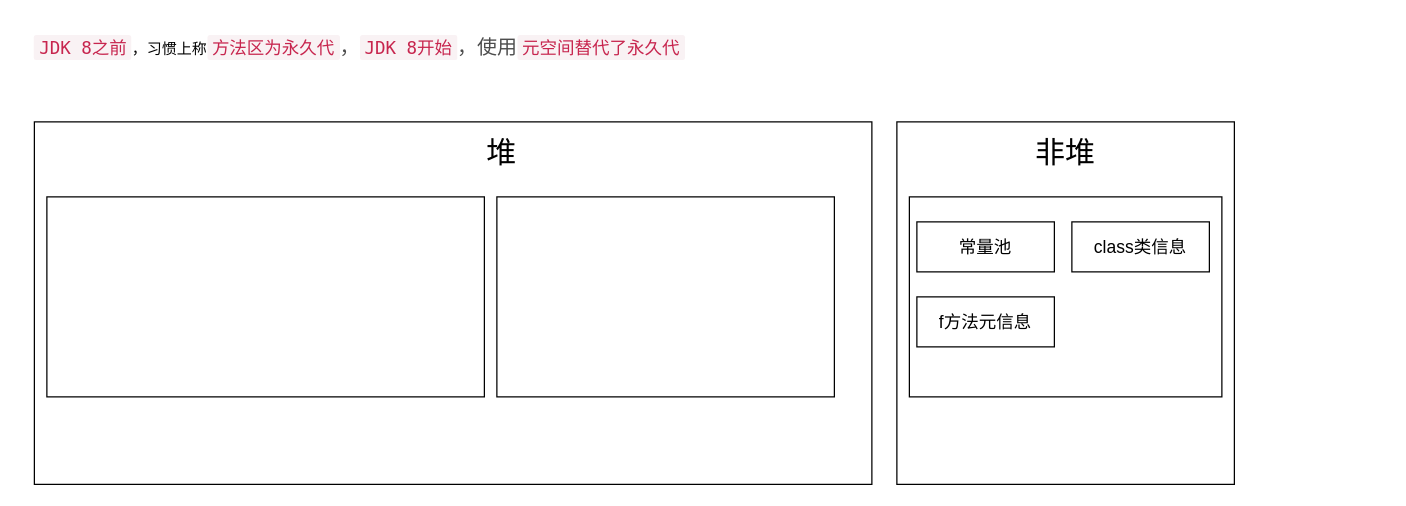
Above: diagram/JVM分代.drawio in DogerRain/image (draw.io), before the change. Source tidied: cells renumbered, new cells numbered last; positions are measured from the earlier drawing's top-left corner, leaving out a move shared by most shapes. Both pictures are drawn from the tidied source at 125%, with x=0, y=0 at pixel (21, 21).
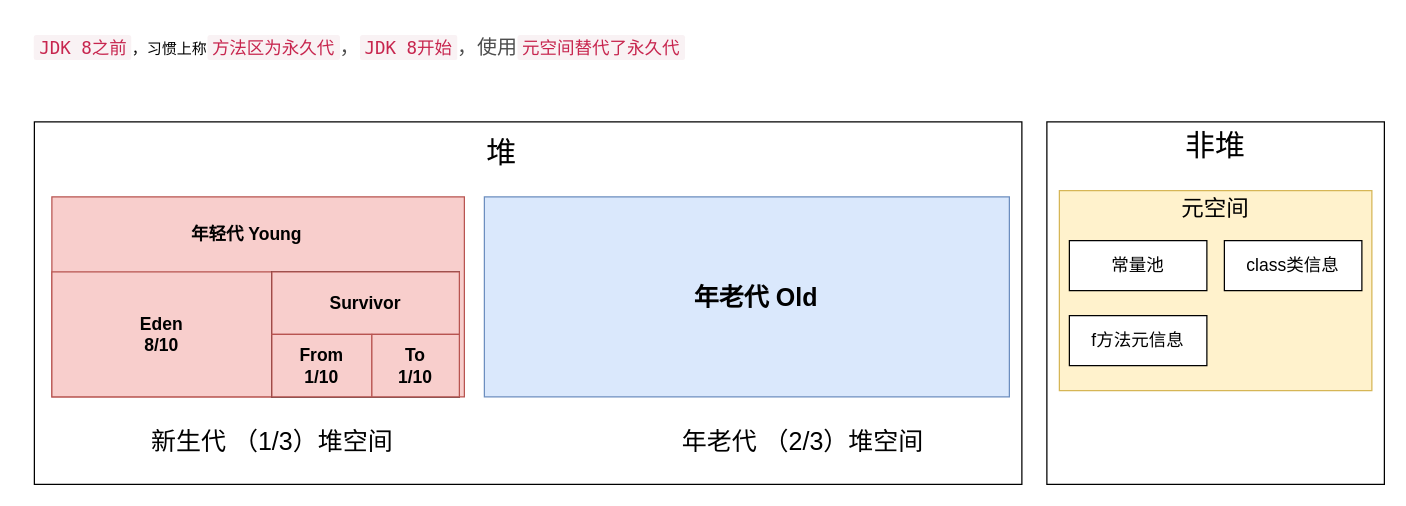
Above is the later version.

What changed in the source:
```diff
@@
     <mxCell id="2" style="rounded=0;whiteSpace=wrap;html=1;" parent="1" vertex="1">
-      <mxGeometry x="10" y="80" width="670" height="290" as="geometry" />
+      <mxGeometry x="10" y="80" width="790" height="290" as="geometry" />
     </mxCell>
-    <mxCell id="3" style="rounded=0;whiteSpace=wrap;html=1;" parent="1" vertex="1">
-      <mxGeometry x="20" y="140" width="350" height="160" as="geometry" />
+    <mxCell id="3" style="rounded=0;whiteSpace=wrap;html=1;fontSize=14;fontStyle=1;fillColor=#f8cecc;strokeColor=#b85450;" parent="1" vertex="1">
+      <mxGeometry x="24" y="140" width="330" height="160" as="geometry" />
     </mxCell>
-    <mxCell id="4" style="rounded=0;whiteSpace=wrap;html=1;" parent="1" vertex="1">
-      <mxGeometry x="380" y="140" width="270" height="160" as="geometry" />
+    <mxCell id="4" style="rounded=0;whiteSpace=wrap;html=1;fillColor=#dae8fc;strokeColor=#6c8ebf;" parent="1" vertex="1">
+      <mxGeometry x="370" y="140" width="420" height="160" as="geometry" />
     </mxCell>
@@
     <mxCell id="6" style="rounded=0;whiteSpace=wrap;html=1;" parent="1" vertex="1">
-      <mxGeometry x="700" y="80" width="270" height="290" as="geometry" />
+      <mxGeometry x="820" y="80" width="270" height="290" as="geometry" />
     </mxCell>
-    <mxCell id="7" style="rounded=0;whiteSpace=wrap;html=1;" parent="1" vertex="1">
-      <mxGeometry x="710" y="140" width="250" height="160" as="geometry" />
+    <mxCell id="7" style="rounded=0;whiteSpace=wrap;html=1;fillColor=#fff2cc;strokeColor=#d6b656;" parent="1" vertex="1">
+      <mxGeometry x="830" y="135" width="250" height="160" as="geometry" />
     </mxCell>
     <mxCell id="8" value="&lt;font style=&quot;font-size: 24px;&quot;&gt;非堆&lt;/font&gt;" style="text;html=1;strokeColor=none;fillColor=none;align=center;verticalAlign=middle;whiteSpace=wrap;rounded=0;" parent="1" vertex="1">
-      <mxGeometry x="805" y="90" width="60" height="30" as="geometry" />
+      <mxGeometry x="925" y="85" width="60" height="30" as="geometry" />
     </mxCell>
@@
     <mxCell id="10" value="常量池" style="rounded=0;whiteSpace=wrap;html=1;fontSize=14;" parent="1" vertex="1">
-      <mxGeometry x="716" y="160" width="110" height="40" as="geometry" />
+      <mxGeometry x="838" y="175" width="110" height="40" as="geometry" />
     </mxCell>
     <mxCell id="11" value="f方法元信息" style="rounded=0;whiteSpace=wrap;html=1;fontSize=14;" parent="1" vertex="1">
-      <mxGeometry x="716" y="220" width="110" height="40" as="geometry" />
+      <mxGeometry x="838" y="235" width="110" height="40" as="geometry" />
     </mxCell>
     <mxCell id="12" value="class类信息" style="rounded=0;whiteSpace=wrap;html=1;fontSize=14;" parent="1" vertex="1">
-      <mxGeometry x="840" y="160" width="110" height="40" as="geometry" />
+      <mxGeometry x="962" y="175" width="110" height="40" as="geometry" />
     </mxCell>
+    <mxCell id="13" value="年轻代 Young" style="text;html=1;strokeColor=none;fillColor=none;align=center;verticalAlign=middle;whiteSpace=wrap;rounded=0;fontSize=14;fontStyle=1;" parent="1" vertex="1">
+      <mxGeometry x="100" y="150" width="160" height="40" as="geometry" />
+    </mxCell>
+    <mxCell id="14" value="年老代 Old" style="text;html=1;strokeColor=none;fillColor=none;align=center;verticalAlign=middle;whiteSpace=wrap;rounded=0;fontSize=20;fontStyle=1;" parent="1" vertex="1">
+      <mxGeometry x="490" y="190" width="195" height="60" as="geometry" />
+    </mxCell>
+    <mxCell id="15" value="Eden&lt;br style=&quot;font-size: 14px;&quot;&gt;8/10" style="rounded=0;whiteSpace=wrap;html=1;fontSize=14;fontStyle=1;fillColor=#f8cecc;strokeColor=#b85450;" parent="1" vertex="1">
+      <mxGeometry x="24" y="200" width="176" height="100" as="geometry" />
+    </mxCell>
+    <mxCell id="16" style="rounded=0;whiteSpace=wrap;html=1;fontSize=14;fontStyle=1;" parent="1" vertex="1">
+      <mxGeometry x="200" y="200" width="150" height="100" as="geometry" />
+    </mxCell>
+    <mxCell id="17" value="Survivor" style="rounded=0;whiteSpace=wrap;html=1;fontSize=14;fontStyle=1;fillColor=#f8cecc;strokeColor=#b85450;" parent="1" vertex="1">
+      <mxGeometry x="200" y="200" width="150" height="50" as="geometry" />
+    </mxCell>
+    <mxCell id="18" value="From&lt;br style=&quot;font-size: 14px;&quot;&gt;1/10" style="rounded=0;whiteSpace=wrap;html=1;fontSize=14;fontStyle=1;fillColor=#f8cecc;strokeColor=#b85450;" parent="1" vertex="1">
+      <mxGeometry x="200" y="250" width="80" height="50" as="geometry" />
+    </mxCell>
+    <mxCell id="19" value="To&lt;br style=&quot;font-size: 14px;&quot;&gt;1/10" style="rounded=0;whiteSpace=wrap;html=1;fontSize=14;fontStyle=1;fillColor=#f8cecc;strokeColor=#b85450;" parent="1" vertex="1">
+      <mxGeometry x="280" y="250" width="70" height="50" as="geometry" />
+    </mxCell>
+    <mxCell id="20" value="新生代 （1/3）堆空间" style="text;html=1;strokeColor=none;fillColor=none;align=center;verticalAlign=middle;whiteSpace=wrap;rounded=0;fontSize=20;" parent="1" vertex="1">
+      <mxGeometry x="90" y="320" width="221" height="30" as="geometry" />
+    </mxCell>
+    <mxCell id="21" value="年老代 （2/3）堆空间" style="text;html=1;strokeColor=none;fillColor=none;align=center;verticalAlign=middle;whiteSpace=wrap;rounded=0;fontSize=20;" parent="1" vertex="1">
+      <mxGeometry x="520" y="320" width="210" height="30" as="geometry" />
+    </mxCell>
+    <mxCell id="22" value="元空间" style="text;html=1;strokeColor=none;fillColor=none;align=center;verticalAlign=middle;whiteSpace=wrap;rounded=0;fontSize=18;" parent="1" vertex="1">
+      <mxGeometry x="925" y="135" width="60" height="30" as="geometry" />
+    </mxCell>
```
